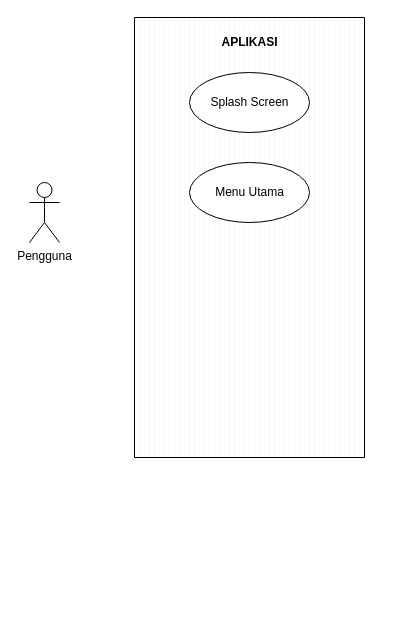
This is Untitled Diagram.drawio from MuhammadFahril45/wpu-belajar, a draw.io file, before an edit. Source tidied: cells renumbered, new cells numbered last; positions are measured from the earlier drawing's top-left corner, leaving out a move shared by most shapes. Both pictures are drawn from the tidied source at 100%, with x=0, y=0 at pixel (29, 32).
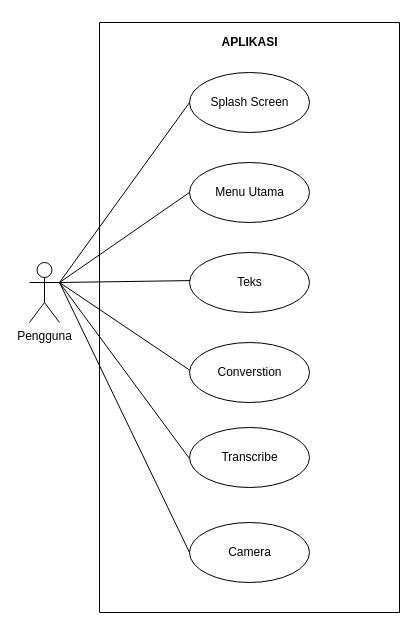
Above is the later version.

Unchanged cells that the change refers to:
```xml
<mxCell id="5" style="ellipse;whiteSpace=wrap;html=1;" parent="1" vertex="1">
  <mxGeometry x="160" y="40" width="120" height="60" as="geometry" />
</mxCell>
<mxCell id="6" style="ellipse;whiteSpace=wrap;html=1;" parent="1" vertex="1">
  <mxGeometry x="160" y="130" width="120" height="60" as="geometry" />
</mxCell>
```

Change to the diagram source:
```diff
@@
+    <mxCell id="9" style="verticalLabelPosition=bottom;verticalAlign=top;html=1;shape=mxgraph.basic.rect;fillColor2=none;strokeWidth=1;size=20;indent=5;labelBackgroundColor=#FFFFFF;labelBorderColor=none;rotation=90;" parent="1" vertex="1">
+      <mxGeometry x="-75" y="135" width="590" height="300" as="geometry" />
+    </mxCell>
     <mxCell id="2" value="Pengguna" style="shape=umlActor;verticalLabelPosition=bottom;verticalAlign=top;html=1;outlineConnect=0;" parent="1" vertex="1">
-      <mxGeometry y="150" width="30" height="60" as="geometry" />
+      <mxGeometry y="230" width="30" height="60" as="geometry" />
     </mxCell>
-    <mxCell id="3" style="verticalLabelPosition=bottom;verticalAlign=top;html=1;shape=mxgraph.basic.patternFillRect;fillStyle=hor;step=5;fillStrokeWidth=0.2;fillStrokeColor=#dddddd;rotation=90;" parent="1" vertex="1">
-      <mxGeometry y="90" width="440" height="230" as="geometry" />
-    </mxCell>
@@
+    <mxCell id="10" style="ellipse;whiteSpace=wrap;html=1;" parent="1" vertex="1">
+      <mxGeometry x="160" y="220" width="120" height="60" as="geometry" />
+    </mxCell>
+    <mxCell id="11" value="Teks" style="text;html=1;align=center;verticalAlign=middle;fillColor=none;strokeColor=none;rounded=0;fontStyle=0;" parent="1" vertex="1">
+      <mxGeometry x="200" y="240" width="40" height="20" as="geometry" />
+    </mxCell>
+    <mxCell id="12" style="endArrow=none;html=1;rounded=0;entryX=0;entryY=0.5;entryDx=0;entryDy=0;exitX=1;exitY=0.3333333333333333;exitDx=0;exitDy=0;exitPerimeter=0;" parent="1" edge="1" source="2" target="5">
+      <mxGeometry relative="1" as="geometry" />
+    </mxCell>
+    <mxCell id="13" style="endArrow=none;html=1;rounded=0;exitX=1;exitY=0.3333333333333333;exitDx=0;exitDy=0;exitPerimeter=0;entryX=0;entryY=0.5;entryDx=0;entryDy=0;" parent="1" edge="1" source="2" target="6">
+      <mxGeometry relative="1" as="geometry" />
+    </mxCell>
+    <mxCell id="14" style="endArrow=none;html=1;rounded=0;entryX=0.598;entryY=0.759;entryDx=0;entryDy=0;entryPerimeter=0;" parent="1" edge="1">
+      <mxGeometry relative="1" as="geometry">
+        <mxPoint x="30" y="250" as="sourcePoint" />
+        <mxPoint x="160.4" y="337.8" as="targetPoint" />
+      </mxGeometry>
+    </mxCell>
+    <mxCell id="15" style="ellipse;whiteSpace=wrap;html=1;" parent="1" vertex="1">
+      <mxGeometry x="160" y="310" width="120" height="60" as="geometry" />
+    </mxCell>
+    <mxCell id="16" value="Converstion" style="text;html=1;align=center;verticalAlign=middle;fillColor=none;strokeColor=none;rounded=0;fontStyle=0;" parent="1" vertex="1">
+      <mxGeometry x="180" y="330" width="80" height="20" as="geometry" />
+    </mxCell>
+    <mxCell id="17" style="ellipse;whiteSpace=wrap;html=1;" parent="1" vertex="1">
+      <mxGeometry x="160" y="395" width="120" height="60" as="geometry" />
+    </mxCell>
+    <mxCell id="18" value="Transcribe" style="text;html=1;align=center;verticalAlign=middle;fillColor=none;strokeColor=none;rounded=0;fontStyle=0;" parent="1" vertex="1">
+      <mxGeometry x="185" y="415" width="70" height="20" as="geometry" />
+    </mxCell>
+    <mxCell id="19" style="ellipse;whiteSpace=wrap;html=1;" parent="1" vertex="1">
+      <mxGeometry x="160" y="490" width="120" height="60" as="geometry" />
+    </mxCell>
+    <mxCell id="20" value="Camera" style="text;html=1;align=center;verticalAlign=middle;fillColor=none;strokeColor=none;rounded=0;fontStyle=0;" parent="1" vertex="1">
+      <mxGeometry x="190" y="510" width="60" height="20" as="geometry" />
+    </mxCell>
+    <mxCell id="21" style="endArrow=none;html=1;rounded=0;entryX=0.446;entryY=0.759;entryDx=0;entryDy=0;entryPerimeter=0;" parent="1" edge="1">
+      <mxGeometry relative="1" as="geometry">
+        <mxPoint x="30" y="250" as="sourcePoint" />
+        <mxPoint x="160.4" y="248.1" as="targetPoint" />
+      </mxGeometry>
+    </mxCell>
+    <mxCell id="22" style="endArrow=none;html=1;rounded=0;entryX=0.747;entryY=0.762;entryDx=0;entryDy=0;entryPerimeter=0;" parent="1" edge="1">
+      <mxGeometry relative="1" as="geometry">
+        <mxPoint x="30" y="250" as="sourcePoint" />
+        <mxPoint x="159.7" y="425.7" as="targetPoint" />
+      </mxGeometry>
+    </mxCell>
+    <mxCell id="23" style="endArrow=none;html=1;rounded=0;exitX=1;exitY=0.3333333333333333;exitDx=0;exitDy=0;exitPerimeter=0;entryX=0;entryY=0.5;entryDx=0;entryDy=0;" parent="1" edge="1" source="2" target="19">
+      <mxGeometry relative="1" as="geometry" />
+    </mxCell>
```
